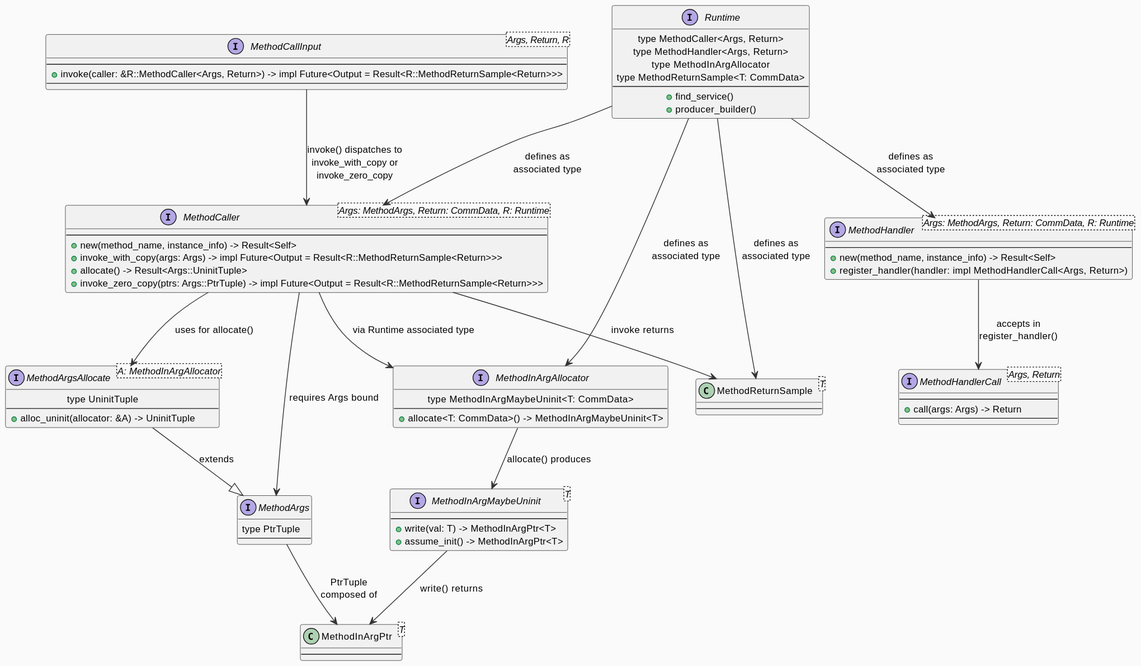
The PlantUML diagram score/mw/com/rust/design/method_trait_diagram.svg in eclipse-score/communication, before a commit. The source it was exported from:
```plantuml
@startuml


skinparam backgroundColor #FAFAFA
skinparam defaultFontSize 12
skinparam ArrowColor #333333
skinparam packageStyle rectangle
skinparam defaultTextAlignment center

interface Runtime {
  type MethodCaller<Args, Return>
  type MethodHandler<Args, Return>
  type MethodInArgAllocator
  type MethodReturnSample<T: CommData>
  ---
  + find_service()
  + producer_builder()
}

interface MethodHandler<Args: MethodArgs, Return: CommData, R: Runtime> {
  ---
  + new(method_name, instance_info) -> Result<Self>
  + register_handler(handler: impl MethodHandlerCall<Args, Return>)
}

interface MethodCaller<Args: MethodArgs, Return: CommData, R: Runtime> {
  ---
  + new(method_name, instance_info) -> Result<Self>
  + invoke_with_copy(args: Args) -> impl Future<Output = Result<R::MethodReturnSample<Return>>>
  + allocate() -> Result<Args::UninitTuple>
  + invoke_zero_copy(ptrs: Args::PtrTuple) -> impl Future<Output = Result<R::MethodReturnSample<Return>>>
}

interface MethodArgs {
  type PtrTuple
  ---
}

interface "MethodArgsAllocate<A: MethodInArgAllocator>" as MethodArgsAllocate {
  type UninitTuple
  ---
  + alloc_uninit(allocator: &A) -> UninitTuple
}

interface "MethodCallInput<Args, Return, R>" as MethodCallInput {
  ---
  + invoke(caller: &R::MethodCaller<Args, Return>) -> impl Future<Output = Result<R::MethodReturnSample<Return>>>
  ---
}

interface "MethodHandlerCall<Args, Return>" as MethodHandlerCall {
  ---
  + call(args: Args) -> Return
  ---
}

interface "MethodInArgAllocator" as MethodInArgAllocator {
  type MethodInArgMaybeUninit<T: CommData>
  ---
  + allocate<T: CommData>() -> MethodInArgMaybeUninit<T>
}

interface "MethodInArgMaybeUninit<T>" as MethodInArgMaybeUninit {
  ---
  + write(val: T) -> MethodInArgPtr<T>
  + assume_init() -> MethodInArgPtr<T>
}

class "MethodReturnSample<T>" as MethodReturnSample {
  ---
}

class "MethodInArgPtr<T>" as MethodInArgPtr {
  ---
}

Runtime --> MethodCaller : defines as\nassociated type
Runtime --> MethodHandler : defines as\nassociated type
Runtime --> MethodInArgAllocator : defines as\nassociated type
Runtime --> MethodReturnSample : defines as\nassociated type

MethodCaller --> MethodArgs : requires Args bound
MethodCaller --> MethodArgsAllocate : uses for allocate()
MethodCaller --> MethodInArgAllocator : via Runtime associated type
MethodCaller --> MethodReturnSample : invoke returns

MethodHandler --> MethodHandlerCall : accepts in\nregister_handler()

MethodArgsAllocate --|> MethodArgs : extends

MethodInArgAllocator --> MethodInArgMaybeUninit : allocate() produces

MethodInArgMaybeUninit --> MethodInArgPtr : write() returns

MethodArgs --> MethodInArgPtr : PtrTuple\ncomposed of

MethodCallInput --> MethodCaller : invoke() dispatches to\ninvoke_with_copy or\ninvoke_zero_copy
@enduml
```
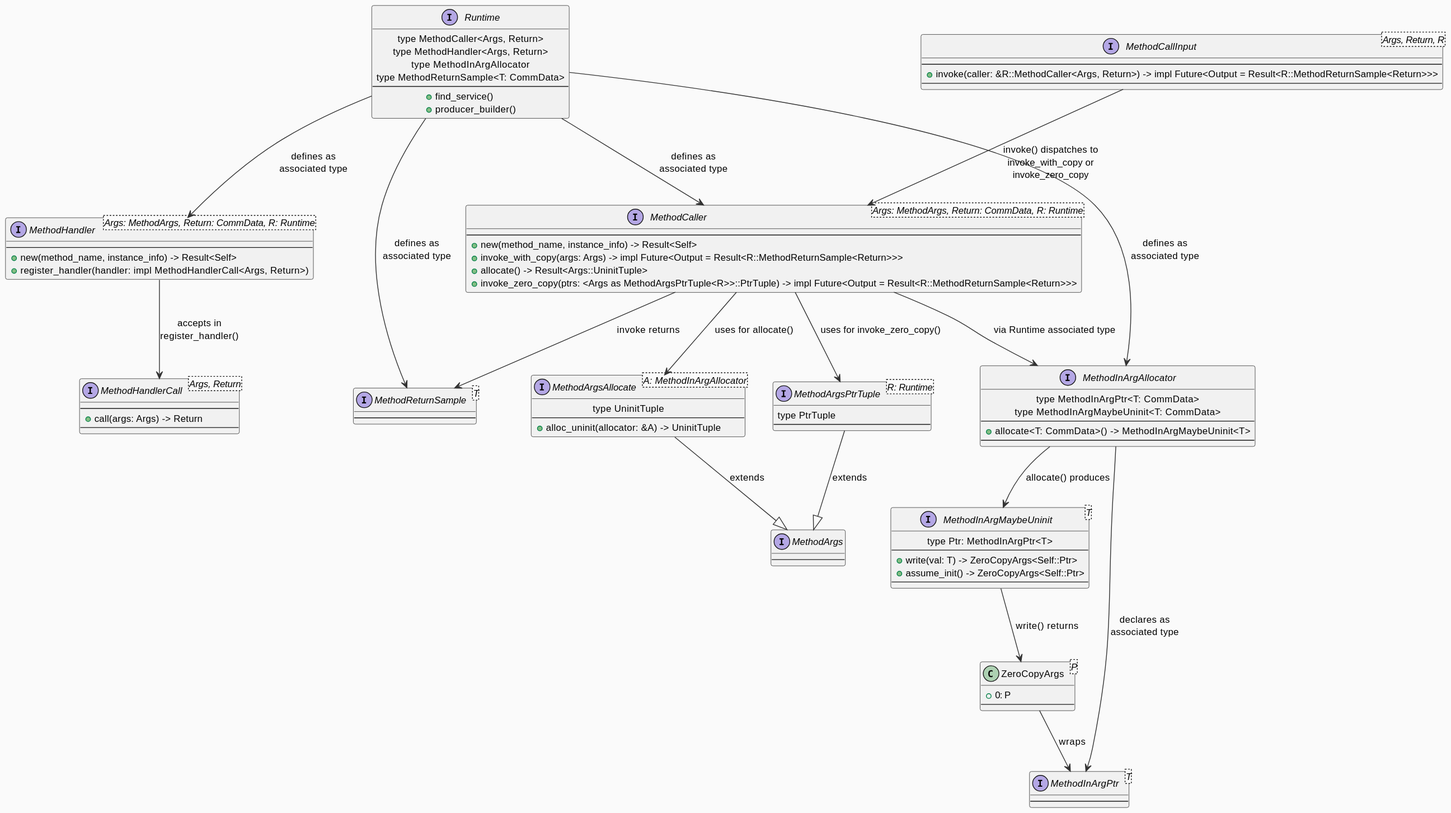
The same diagram one commit later.

What changed in the source:
```diff
@@ -28,10 +28,18 @@
   + new(method_name, instance_info) -> Result<Self>
   + invoke_with_copy(args: Args) -> impl Future<Output = Result<R::MethodReturnSample<Return>>>
   + allocate() -> Result<Args::UninitTuple>
-  + invoke_zero_copy(ptrs: Args::PtrTuple) -> impl Future<Output = Result<R::MethodReturnSample<Return>>>
+  + invoke_zero_copy(ptrs: <Args as MethodArgsPtrTuple<R>>::PtrTuple) -> impl Future<Output = Result<R::MethodReturnSample<Return>>>
+}
+
+interface "MethodReturnSample<T>" as MethodReturnSample {
+  ---
 }
 
 interface MethodArgs {
+  ---
+}
+
+interface "MethodArgsPtrTuple<R: Runtime>" as MethodArgsPtrTuple {
   type PtrTuple
   ---
 }
@@ -55,22 +63,27 @@
 }
 
 interface "MethodInArgAllocator" as MethodInArgAllocator {
+  type MethodInArgPtr<T: CommData>
   type MethodInArgMaybeUninit<T: CommData>
   ---
   + allocate<T: CommData>() -> MethodInArgMaybeUninit<T>
+  ---
 }
 
 interface "MethodInArgMaybeUninit<T>" as MethodInArgMaybeUninit {
+  type Ptr: MethodInArgPtr<T>
   ---
-  + write(val: T) -> MethodInArgPtr<T>
-  + assume_init() -> MethodInArgPtr<T>
-}
-
-class "MethodReturnSample<T>" as MethodReturnSample {
+  + write(val: T) -> ZeroCopyArgs<Self::Ptr>
+  + assume_init() -> ZeroCopyArgs<Self::Ptr>
   ---
 }
 
-class "MethodInArgPtr<T>" as MethodInArgPtr {
+interface "MethodInArgPtr<T>" as MethodInArgPtr {
+  ---
+}
+
+class "ZeroCopyArgs<P>" as ZeroCopyArgs {
+  + 0: P
   ---
 }
 
@@ -79,20 +92,21 @@
 Runtime --> MethodInArgAllocator : defines as\nassociated type
 Runtime --> MethodReturnSample : defines as\nassociated type
 
-MethodCaller --> MethodArgs : requires Args bound
 MethodCaller --> MethodArgsAllocate : uses for allocate()
+MethodCaller --> MethodArgsPtrTuple : uses for invoke_zero_copy()
 MethodCaller --> MethodInArgAllocator : via Runtime associated type
 MethodCaller --> MethodReturnSample : invoke returns
 
 MethodHandler --> MethodHandlerCall : accepts in\nregister_handler()
 
 MethodArgsAllocate --|> MethodArgs : extends
+MethodArgsPtrTuple --|> MethodArgs : extends
 
 MethodInArgAllocator --> MethodInArgMaybeUninit : allocate() produces
+MethodInArgAllocator --> MethodInArgPtr : declares as\nassociated type
 
-MethodInArgMaybeUninit --> MethodInArgPtr : write() returns
-
-MethodArgs --> MethodInArgPtr : PtrTuple\ncomposed of
+MethodInArgMaybeUninit --> ZeroCopyArgs : write() returns
+ZeroCopyArgs --> MethodInArgPtr : wraps
 
 MethodCallInput --> MethodCaller : invoke() dispatches to\ninvoke_with_copy or\ninvoke_zero_copy
 @enduml
```
